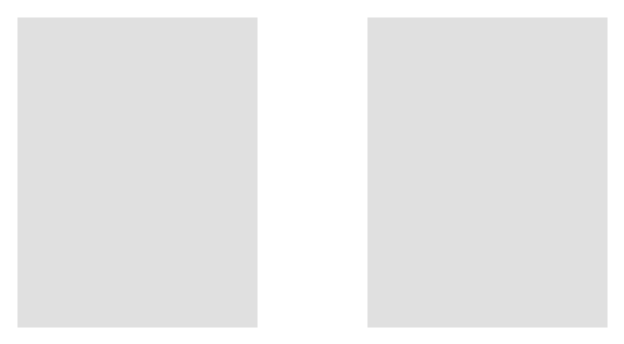
The draw.io diagram 未命名绘图.drawio in 2015302580336/cloud_rendering, before the edit. Source tidied: cells renumbered, new cells numbered last; positions are measured from the earlier drawing's top-left corner, leaving out a move shared by most shapes. Both pictures are drawn from the tidied source at 100%, with x=0, y=0 at pixel (17, 17).
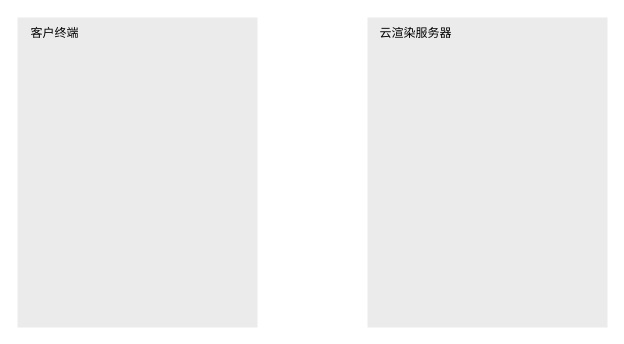
The same diagram, later.

The edit, as a diff of the source:
```diff
@@
 <mxGraphModel>
   <root>
     <mxCell id="0" />
     <mxCell id="1" parent="0" />
-    <mxCell id="2" style="rounded=0;whiteSpace=wrap;html=1;fillColor=#E0E0E0;strokeColor=none;" parent="1" vertex="1">
+    <mxCell id="2" style="rounded=0;whiteSpace=wrap;html=1;fillColor=#EBEBEB;strokeColor=none;" parent="1" vertex="1">
       <mxGeometry width="240" height="310" as="geometry" />
     </mxCell>
-    <mxCell id="3" style="rounded=0;whiteSpace=wrap;html=1;fillColor=#E0E0E0;strokeColor=none;" parent="1" vertex="1">
+    <mxCell id="3" style="rounded=0;whiteSpace=wrap;html=1;fillColor=#EBEBEB;strokeColor=none;" parent="1" vertex="1">
       <mxGeometry x="350" width="240" height="310" as="geometry" />
     </mxCell>
+    <mxCell id="4" value="客户终端" style="text;html=1;align=center;verticalAlign=middle;fillColor=none;strokeColor=none;rounded=0;" parent="1" vertex="1">
+      <mxGeometry x="7" y="6" width="60" height="20" as="geometry" />
+    </mxCell>
+    <mxCell id="5" value="云渲染服务器" style="text;html=1;align=center;verticalAlign=middle;fillColor=none;strokeColor=none;rounded=0;" parent="1" vertex="1">
+      <mxGeometry x="353" y="6" width="90" height="20" as="geometry" />
+    </mxCell>
   </root>
 </mxGraphModel>
```
